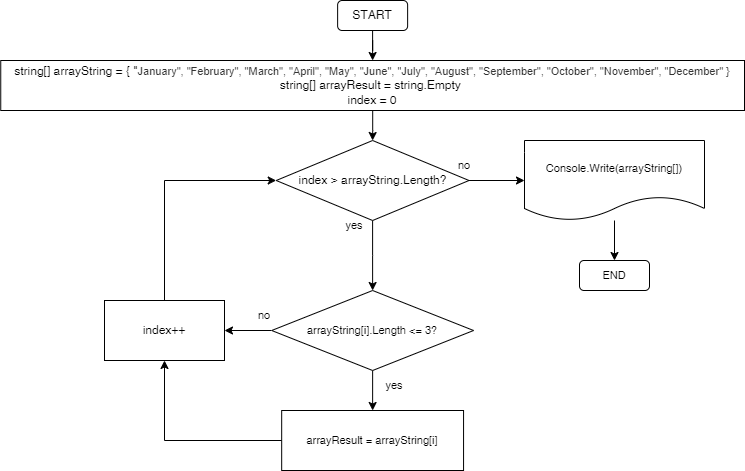
isscom/final_verification_work keeps this draw.io diagram as pic.drawio.png. Above is the earlier version. Source tidied: cells renumbered, new cells last; positions are measured from the earlier drawing's top-left corner, leaving out a move shared by most shapes. Its diagram source:
```xml
<mxGraphModel>
  <root>
    <mxCell id="0" />
    <mxCell id="1" parent="0" />
    <mxCell id="2" style="edgeStyle=orthogonalEdgeStyle;rounded=0;jettySize=auto;html=1;entryX=0.5;entryY=0;entryDx=0;entryDy=0;" parent="1" edge="1" source="3" target="5">
      <mxGeometry relative="1" as="geometry" />
    </mxCell>
    <mxCell id="3" value="START" style="rounded=1;whiteSpace=wrap;html=1;" parent="1" vertex="1">
      <mxGeometry x="337.1" width="70" height="30" as="geometry" />
    </mxCell>
    <mxCell id="4" style="edgeStyle=orthogonalEdgeStyle;rounded=0;jettySize=auto;html=1;fontSize=11;" parent="1" edge="1" source="5" target="7">
      <mxGeometry relative="1" as="geometry" />
    </mxCell>
    <mxCell id="5" value="string[] arrayString = { &quot;&lt;span style=&quot;background-color: rgb(255, 255, 255); color: rgb(51, 51, 51); font-family: &amp;quot;YS Text&amp;quot;, Arial, Helvetica, sans-serif; text-align: start; font-size: 11px;&quot;&gt;&lt;font style=&quot;font-size: 11px;&quot;&gt;January&quot;, &quot;&lt;/font&gt;&lt;/span&gt;&lt;span style=&quot;font-size: 11px; background-color: rgb(255, 255, 255); color: rgb(51, 51, 51); font-family: &amp;quot;YS Text&amp;quot;, Arial, Helvetica, sans-serif; text-align: start;&quot;&gt;February&quot;, &quot;&lt;/span&gt;&lt;span style=&quot;font-size: 11px; background-color: rgb(255, 255, 255); color: rgb(51, 51, 51); font-family: &amp;quot;YS Text&amp;quot;, Arial, Helvetica, sans-serif; text-align: start;&quot;&gt;March&quot;, &quot;&lt;/span&gt;&lt;span style=&quot;font-size: 11px; background-color: rgb(255, 255, 255); color: rgb(51, 51, 51); font-family: &amp;quot;YS Text&amp;quot;, Arial, Helvetica, sans-serif; text-align: start;&quot;&gt;April&quot;, &quot;&lt;/span&gt;&lt;span style=&quot;font-size: 11px; background-color: rgb(255, 255, 255); color: rgb(51, 51, 51); font-family: &amp;quot;YS Text&amp;quot;, Arial, Helvetica, sans-serif; text-align: start;&quot;&gt;May&quot;, &quot;&lt;/span&gt;&lt;span style=&quot;font-size: 11px; background-color: rgb(255, 255, 255); color: rgb(51, 51, 51); font-family: &amp;quot;YS Text&amp;quot;, Arial, Helvetica, sans-serif; text-align: start;&quot;&gt;June&quot;, &quot;&lt;/span&gt;&lt;span style=&quot;font-size: 11px; background-color: rgb(255, 255, 255); color: rgb(51, 51, 51); font-family: &amp;quot;YS Text&amp;quot;, Arial, Helvetica, sans-serif; text-align: start;&quot;&gt;July&quot;, &quot;&lt;/span&gt;&lt;span style=&quot;font-size: 11px; background-color: rgb(255, 255, 255); color: rgb(51, 51, 51); font-family: &amp;quot;YS Text&amp;quot;, Arial, Helvetica, sans-serif; text-align: start;&quot;&gt;August&quot;, &quot;&lt;/span&gt;&lt;span style=&quot;font-size: 11px; background-color: rgb(255, 255, 255); color: rgb(51, 51, 51); font-family: &amp;quot;YS Text&amp;quot;, Arial, Helvetica, sans-serif; text-align: start;&quot;&gt;September&quot;, &quot;&lt;/span&gt;&lt;span style=&quot;font-size: 11px; background-color: rgb(255, 255, 255); color: rgb(51, 51, 51); font-family: &amp;quot;YS Text&amp;quot;, Arial, Helvetica, sans-serif; text-align: start;&quot;&gt;October&quot;, &quot;&lt;/span&gt;&lt;span style=&quot;font-size: 11px; background-color: rgb(255, 255, 255); color: rgb(51, 51, 51); font-family: &amp;quot;YS Text&amp;quot;, Arial, Helvetica, sans-serif; text-align: start;&quot;&gt;November&quot;, &quot;&lt;/span&gt;&lt;span style=&quot;background-color: rgb(255, 255, 255); color: rgb(51, 51, 51); font-family: &amp;quot;YS Text&amp;quot;, Arial, Helvetica, sans-serif; text-align: start; font-size: 11px;&quot;&gt;&lt;font style=&quot;font-size: 11px;&quot;&gt;December&quot; }&lt;br&gt;&lt;/font&gt;&lt;/span&gt;string[] arrayResult = string.Empty&amp;nbsp;&lt;br&gt;index = 0" style="rounded=0;whiteSpace=wrap;html=1;" parent="1" vertex="1">
      <mxGeometry x="0.2" y="60" width="743.8" height="50" as="geometry" />
    </mxCell>
    <mxCell id="6" style="edgeStyle=orthogonalEdgeStyle;rounded=0;jettySize=auto;html=1;fontSize=11;entryX=0.5;entryY=0;entryDx=0;entryDy=0;" parent="1" edge="1" source="7" target="18">
      <mxGeometry relative="1" as="geometry" />
    </mxCell>
    <mxCell id="7" value="index &amp;gt; arrayString.Length?" style="rhombus;whiteSpace=wrap;html=1;rounded=0;" parent="1" vertex="1">
      <mxGeometry x="275.7" y="140" width="192.8" height="80" as="geometry" />
    </mxCell>
    <mxCell id="8" style="endArrow=classic;html=1;rounded=0;fontSize=11;exitX=1;exitY=0.5;exitDx=0;exitDy=0;entryX=0;entryY=0.5;entryDx=0;entryDy=0;" parent="1" edge="1" source="7" target="10">
      <mxGeometry relative="1" as="geometry" />
    </mxCell>
    <mxCell id="9" style="edgeStyle=orthogonalEdgeStyle;rounded=0;jettySize=auto;html=1;fontSize=11;" parent="1" edge="1" source="10" target="11">
      <mxGeometry relative="1" as="geometry" />
    </mxCell>
    <mxCell id="10" value="Console.Write(arrayString[])" style="shape=document;whiteSpace=wrap;html=1;boundedLbl=1;fontSize=11;" parent="1" vertex="1">
      <mxGeometry x="524" y="140" width="180" height="80" as="geometry" />
    </mxCell>
    <mxCell id="11" value="END" style="rounded=1;whiteSpace=wrap;html=1;fontSize=11;" parent="1" vertex="1">
      <mxGeometry x="579" y="260" width="70" height="30" as="geometry" />
    </mxCell>
    <mxCell id="12" value="no" style="text;html=1;strokeColor=none;fillColor=none;align=center;verticalAlign=middle;whiteSpace=wrap;rounded=0;fontSize=11;" parent="1" vertex="1">
      <mxGeometry x="434" y="150" width="60" height="30" as="geometry" />
    </mxCell>
    <mxCell id="13" value="index++" style="whiteSpace=wrap;html=1;rounded=0;" parent="1" vertex="1">
      <mxGeometry x="104" y="300" width="120" height="60" as="geometry" />
    </mxCell>
    <mxCell id="14" value="yes" style="text;html=1;strokeColor=none;fillColor=none;align=center;verticalAlign=middle;whiteSpace=wrap;rounded=0;fontSize=11;" parent="1" vertex="1">
      <mxGeometry x="324" y="210" width="60" height="30" as="geometry" />
    </mxCell>
    <mxCell id="15" style="endArrow=classic;html=1;rounded=0;fontSize=11;entryX=0;entryY=0.5;entryDx=0;entryDy=0;exitX=0.5;exitY=0;exitDx=0;exitDy=0;" parent="1" edge="1" source="13" target="7">
      <mxGeometry relative="1" as="geometry">
        <Array as="points">
          <mxPoint x="164" y="180" />
        </Array>
      </mxGeometry>
    </mxCell>
    <mxCell id="16" style="edgeStyle=orthogonalEdgeStyle;rounded=0;jettySize=auto;html=1;fontSize=11;" parent="1" edge="1" source="18" target="19">
      <mxGeometry relative="1" as="geometry" />
    </mxCell>
    <mxCell id="17" style="edgeStyle=orthogonalEdgeStyle;rounded=0;jettySize=auto;html=1;fontSize=11;entryX=1;entryY=0.5;entryDx=0;entryDy=0;" parent="1" edge="1" source="18" target="13">
      <mxGeometry relative="1" as="geometry" />
    </mxCell>
    <mxCell id="18" value="arrayString[i].Length &amp;lt;= 3?" style="rhombus;whiteSpace=wrap;html=1;fontSize=11;" parent="1" vertex="1">
      <mxGeometry x="271.2" y="290" width="201.9" height="80" as="geometry" />
    </mxCell>
    <mxCell id="19" value="arrayResult = arrayString[i]" style="whiteSpace=wrap;html=1;fontSize=11;" parent="1" vertex="1">
      <mxGeometry x="281.2" y="410" width="181.9" height="60" as="geometry" />
    </mxCell>
    <mxCell id="20" style="endArrow=classic;html=1;rounded=0;fontSize=11;entryX=0.5;entryY=1;entryDx=0;entryDy=0;exitX=0;exitY=0.5;exitDx=0;exitDy=0;" parent="1" edge="1" source="19" target="13">
      <mxGeometry relative="1" as="geometry">
        <Array as="points">
          <mxPoint x="164" y="440" />
        </Array>
      </mxGeometry>
    </mxCell>
    <mxCell id="21" value="no" style="text;html=1;strokeColor=none;fillColor=none;align=center;verticalAlign=middle;whiteSpace=wrap;rounded=0;fontSize=11;" parent="1" vertex="1">
      <mxGeometry x="234" y="300" width="60" height="30" as="geometry" />
    </mxCell>
    <mxCell id="22" value="yes" style="text;html=1;strokeColor=none;fillColor=none;align=center;verticalAlign=middle;whiteSpace=wrap;rounded=0;fontSize=11;" parent="1" vertex="1">
      <mxGeometry x="364" y="370" width="60" height="30" as="geometry" />
    </mxCell>
  </root>
</mxGraphModel>
```
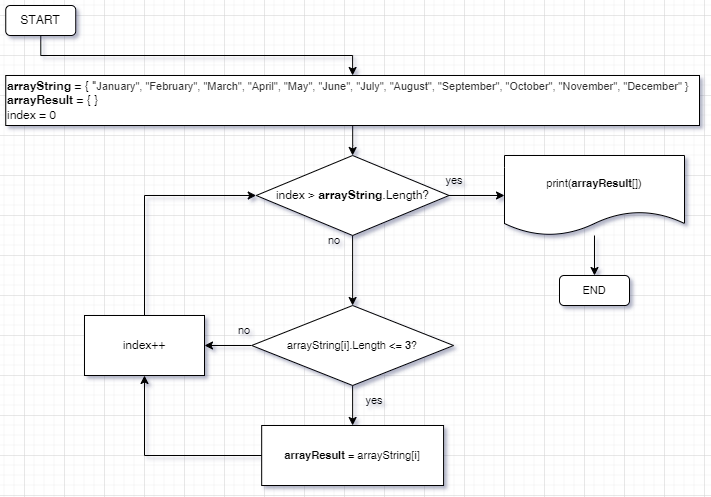
Later version of the same file.

Commit message:
correct program-file & readme

The edit, as a diff of the source:
```diff
@@ -6,18 +6,18 @@
       <mxGeometry relative="1" as="geometry" />
     </mxCell>
     <mxCell id="3" value="START" style="rounded=1;whiteSpace=wrap;html=1;" parent="1" vertex="1">
-      <mxGeometry x="337.1" width="70" height="30" as="geometry" />
+      <mxGeometry x="25.2" y="-10" width="70" height="30" as="geometry" />
     </mxCell>
     <mxCell id="4" style="edgeStyle=orthogonalEdgeStyle;rounded=0;jettySize=auto;html=1;fontSize=11;" parent="1" edge="1" source="5" target="7">
       <mxGeometry relative="1" as="geometry" />
     </mxCell>
-    <mxCell id="5" value="string[] arrayString = { &quot;&lt;span style=&quot;background-color: rgb(255, 255, 255); color: rgb(51, 51, 51); font-family: &amp;quot;YS Text&amp;quot;, Arial, Helvetica, sans-serif; text-align: start; font-size: 11px;&quot;&gt;&lt;font style=&quot;font-size: 11px;&quot;&gt;January&quot;, &quot;&lt;/font&gt;&lt;/span&gt;&lt;span style=&quot;font-size: 11px; background-color: rgb(255, 255, 255); color: rgb(51, 51, 51); font-family: &amp;quot;YS Text&amp;quot;, Arial, Helvetica, sans-serif; text-align: start;&quot;&gt;February&quot;, &quot;&lt;/span&gt;&lt;span style=&quot;font-size: 11px; background-color: rgb(255, 255, 255); color: rgb(51, 51, 51); font-family: &amp;quot;YS Text&amp;quot;, Arial, Helvetica, sans-serif; text-align: start;&quot;&gt;March&quot;, &quot;&lt;/span&gt;&lt;span style=&quot;font-size: 11px; background-color: rgb(255, 255, 255); color: rgb(51, 51, 51); font-family: &amp;quot;YS Text&amp;quot;, Arial, Helvetica, sans-serif; text-align: start;&quot;&gt;April&quot;, &quot;&lt;/span&gt;&lt;span style=&quot;font-size: 11px; background-color: rgb(255, 255, 255); color: rgb(51, 51, 51); font-family: &amp;quot;YS Text&amp;quot;, Arial, Helvetica, sans-serif; text-align: start;&quot;&gt;May&quot;, &quot;&lt;/span&gt;&lt;span style=&quot;font-size: 11px; background-color: rgb(255, 255, 255); color: rgb(51, 51, 51); font-family: &amp;quot;YS Text&amp;quot;, Arial, Helvetica, sans-serif; text-align: start;&quot;&gt;June&quot;, &quot;&lt;/span&gt;&lt;span style=&quot;font-size: 11px; background-color: rgb(255, 255, 255); color: rgb(51, 51, 51); font-family: &amp;quot;YS Text&amp;quot;, Arial, Helvetica, sans-serif; text-align: start;&quot;&gt;July&quot;, &quot;&lt;/span&gt;&lt;span style=&quot;font-size: 11px; background-color: rgb(255, 255, 255); color: rgb(51, 51, 51); font-family: &amp;quot;YS Text&amp;quot;, Arial, Helvetica, sans-serif; text-align: start;&quot;&gt;August&quot;, &quot;&lt;/span&gt;&lt;span style=&quot;font-size: 11px; background-color: rgb(255, 255, 255); color: rgb(51, 51, 51); font-family: &amp;quot;YS Text&amp;quot;, Arial, Helvetica, sans-serif; text-align: start;&quot;&gt;September&quot;, &quot;&lt;/span&gt;&lt;span style=&quot;font-size: 11px; background-color: rgb(255, 255, 255); color: rgb(51, 51, 51); font-family: &amp;quot;YS Text&amp;quot;, Arial, Helvetica, sans-serif; text-align: start;&quot;&gt;October&quot;, &quot;&lt;/span&gt;&lt;span style=&quot;font-size: 11px; background-color: rgb(255, 255, 255); color: rgb(51, 51, 51); font-family: &amp;quot;YS Text&amp;quot;, Arial, Helvetica, sans-serif; text-align: start;&quot;&gt;November&quot;, &quot;&lt;/span&gt;&lt;span style=&quot;background-color: rgb(255, 255, 255); color: rgb(51, 51, 51); font-family: &amp;quot;YS Text&amp;quot;, Arial, Helvetica, sans-serif; text-align: start; font-size: 11px;&quot;&gt;&lt;font style=&quot;font-size: 11px;&quot;&gt;December&quot; }&lt;br&gt;&lt;/font&gt;&lt;/span&gt;string[] arrayResult = string.Empty&amp;nbsp;&lt;br&gt;index = 0" style="rounded=0;whiteSpace=wrap;html=1;" parent="1" vertex="1">
-      <mxGeometry x="0.2" y="60" width="743.8" height="50" as="geometry" />
+    <mxCell id="5" value="&lt;b&gt;arrayString &lt;/b&gt;= { &quot;&lt;span style=&quot;background-color: rgb(255, 255, 255); color: rgb(51, 51, 51); font-family: &amp;quot;YS Text&amp;quot;, Arial, Helvetica, sans-serif; font-size: 11px;&quot;&gt;&lt;font style=&quot;font-size: 11px;&quot;&gt;January&quot;, &quot;&lt;/font&gt;&lt;/span&gt;&lt;span style=&quot;font-size: 11px; background-color: rgb(255, 255, 255); color: rgb(51, 51, 51); font-family: &amp;quot;YS Text&amp;quot;, Arial, Helvetica, sans-serif;&quot;&gt;February&quot;, &quot;&lt;/span&gt;&lt;span style=&quot;font-size: 11px; background-color: rgb(255, 255, 255); color: rgb(51, 51, 51); font-family: &amp;quot;YS Text&amp;quot;, Arial, Helvetica, sans-serif;&quot;&gt;March&quot;, &quot;&lt;/span&gt;&lt;span style=&quot;font-size: 11px; background-color: rgb(255, 255, 255); color: rgb(51, 51, 51); font-family: &amp;quot;YS Text&amp;quot;, Arial, Helvetica, sans-serif;&quot;&gt;April&quot;, &quot;&lt;/span&gt;&lt;span style=&quot;font-size: 11px; background-color: rgb(255, 255, 255); color: rgb(51, 51, 51); font-family: &amp;quot;YS Text&amp;quot;, Arial, Helvetica, sans-serif;&quot;&gt;May&quot;, &quot;&lt;/span&gt;&lt;span style=&quot;font-size: 11px; background-color: rgb(255, 255, 255); color: rgb(51, 51, 51); font-family: &amp;quot;YS Text&amp;quot;, Arial, Helvetica, sans-serif;&quot;&gt;June&quot;, &quot;&lt;/span&gt;&lt;span style=&quot;font-size: 11px; background-color: rgb(255, 255, 255); color: rgb(51, 51, 51); font-family: &amp;quot;YS Text&amp;quot;, Arial, Helvetica, sans-serif;&quot;&gt;July&quot;, &quot;&lt;/span&gt;&lt;span style=&quot;font-size: 11px; background-color: rgb(255, 255, 255); color: rgb(51, 51, 51); font-family: &amp;quot;YS Text&amp;quot;, Arial, Helvetica, sans-serif;&quot;&gt;August&quot;, &quot;&lt;/span&gt;&lt;span style=&quot;font-size: 11px; background-color: rgb(255, 255, 255); color: rgb(51, 51, 51); font-family: &amp;quot;YS Text&amp;quot;, Arial, Helvetica, sans-serif;&quot;&gt;September&quot;, &quot;&lt;/span&gt;&lt;span style=&quot;font-size: 11px; background-color: rgb(255, 255, 255); color: rgb(51, 51, 51); font-family: &amp;quot;YS Text&amp;quot;, Arial, Helvetica, sans-serif;&quot;&gt;October&quot;, &quot;&lt;/span&gt;&lt;span style=&quot;font-size: 11px; background-color: rgb(255, 255, 255); color: rgb(51, 51, 51); font-family: &amp;quot;YS Text&amp;quot;, Arial, Helvetica, sans-serif;&quot;&gt;November&quot;, &quot;&lt;/span&gt;&lt;span style=&quot;background-color: rgb(255, 255, 255); color: rgb(51, 51, 51); font-family: &amp;quot;YS Text&amp;quot;, Arial, Helvetica, sans-serif; font-size: 11px;&quot;&gt;&lt;font style=&quot;font-size: 11px;&quot;&gt;December&quot; }&lt;/font&gt;&lt;/span&gt;&lt;br&gt;&lt;b&gt;arrayResult &lt;/b&gt;= { }&lt;br&gt;index = 0" style="rounded=0;whiteSpace=wrap;html=1;align=left;" parent="1" vertex="1">
+      <mxGeometry x="25.2" y="60" width="693.8" height="50" as="geometry" />
     </mxCell>
     <mxCell id="6" style="edgeStyle=orthogonalEdgeStyle;rounded=0;jettySize=auto;html=1;fontSize=11;entryX=0.5;entryY=0;entryDx=0;entryDy=0;" parent="1" edge="1" source="7" target="18">
       <mxGeometry relative="1" as="geometry" />
     </mxCell>
-    <mxCell id="7" value="index &amp;gt; arrayString.Length?" style="rhombus;whiteSpace=wrap;html=1;rounded=0;" parent="1" vertex="1">
+    <mxCell id="7" value="index &amp;gt; &lt;b&gt;arrayString&lt;/b&gt;.Length?" style="rhombus;whiteSpace=wrap;html=1;rounded=0;" parent="1" vertex="1">
       <mxGeometry x="275.7" y="140" width="192.8" height="80" as="geometry" />
     </mxCell>
     <mxCell id="8" style="endArrow=classic;html=1;rounded=0;fontSize=11;exitX=1;exitY=0.5;exitDx=0;exitDy=0;entryX=0;entryY=0.5;entryDx=0;entryDy=0;" parent="1" edge="1" source="7" target="10">
@@ -26,20 +26,20 @@
     <mxCell id="9" style="edgeStyle=orthogonalEdgeStyle;rounded=0;jettySize=auto;html=1;fontSize=11;" parent="1" edge="1" source="10" target="11">
       <mxGeometry relative="1" as="geometry" />
     </mxCell>
-    <mxCell id="10" value="Console.Write(arrayString[])" style="shape=document;whiteSpace=wrap;html=1;boundedLbl=1;fontSize=11;" parent="1" vertex="1">
+    <mxCell id="10" value="print(&lt;b&gt;arrayResult&lt;/b&gt;[])" style="shape=document;whiteSpace=wrap;html=1;boundedLbl=1;fontSize=11;" parent="1" vertex="1">
       <mxGeometry x="524" y="140" width="180" height="80" as="geometry" />
     </mxCell>
     <mxCell id="11" value="END" style="rounded=1;whiteSpace=wrap;html=1;fontSize=11;" parent="1" vertex="1">
       <mxGeometry x="579" y="260" width="70" height="30" as="geometry" />
     </mxCell>
     <mxCell id="12" value="no" style="text;html=1;strokeColor=none;fillColor=none;align=center;verticalAlign=middle;whiteSpace=wrap;rounded=0;fontSize=11;" parent="1" vertex="1">
-      <mxGeometry x="434" y="150" width="60" height="30" as="geometry" />
+      <mxGeometry x="324" y="210" width="60" height="30" as="geometry" />
     </mxCell>
     <mxCell id="13" value="index++" style="whiteSpace=wrap;html=1;rounded=0;" parent="1" vertex="1">
       <mxGeometry x="104" y="300" width="120" height="60" as="geometry" />
     </mxCell>
     <mxCell id="14" value="yes" style="text;html=1;strokeColor=none;fillColor=none;align=center;verticalAlign=middle;whiteSpace=wrap;rounded=0;fontSize=11;" parent="1" vertex="1">
-      <mxGeometry x="324" y="210" width="60" height="30" as="geometry" />
+      <mxGeometry x="444" y="150" width="60" height="30" as="geometry" />
     </mxCell>
     <mxCell id="15" style="endArrow=classic;html=1;rounded=0;fontSize=11;entryX=0;entryY=0.5;entryDx=0;entryDy=0;exitX=0.5;exitY=0;exitDx=0;exitDy=0;" parent="1" edge="1" source="13" target="7">
       <mxGeometry relative="1" as="geometry">
@@ -54,10 +54,10 @@
     <mxCell id="17" style="edgeStyle=orthogonalEdgeStyle;rounded=0;jettySize=auto;html=1;fontSize=11;entryX=1;entryY=0.5;entryDx=0;entryDy=0;" parent="1" edge="1" source="18" target="13">
       <mxGeometry relative="1" as="geometry" />
     </mxCell>
-    <mxCell id="18" value="arrayString[i].Length &amp;lt;= 3?" style="rhombus;whiteSpace=wrap;html=1;fontSize=11;" parent="1" vertex="1">
+    <mxCell id="18" value="arrayString[i].Length &lt;b&gt;&amp;lt;= 3&lt;/b&gt;?" style="rhombus;whiteSpace=wrap;html=1;fontSize=11;" parent="1" vertex="1">
       <mxGeometry x="271.2" y="290" width="201.9" height="80" as="geometry" />
     </mxCell>
-    <mxCell id="19" value="arrayResult = arrayString[i]" style="whiteSpace=wrap;html=1;fontSize=11;" parent="1" vertex="1">
+    <mxCell id="19" value="&lt;b&gt;arrayResult&lt;/b&gt; = arrayString[i]" style="whiteSpace=wrap;html=1;fontSize=11;" parent="1" vertex="1">
       <mxGeometry x="281.2" y="410" width="181.9" height="60" as="geometry" />
     </mxCell>
     <mxCell id="20" style="endArrow=classic;html=1;rounded=0;fontSize=11;entryX=0.5;entryY=1;entryDx=0;entryDy=0;exitX=0;exitY=0.5;exitDx=0;exitDy=0;" parent="1" edge="1" source="19" target="13">
```
